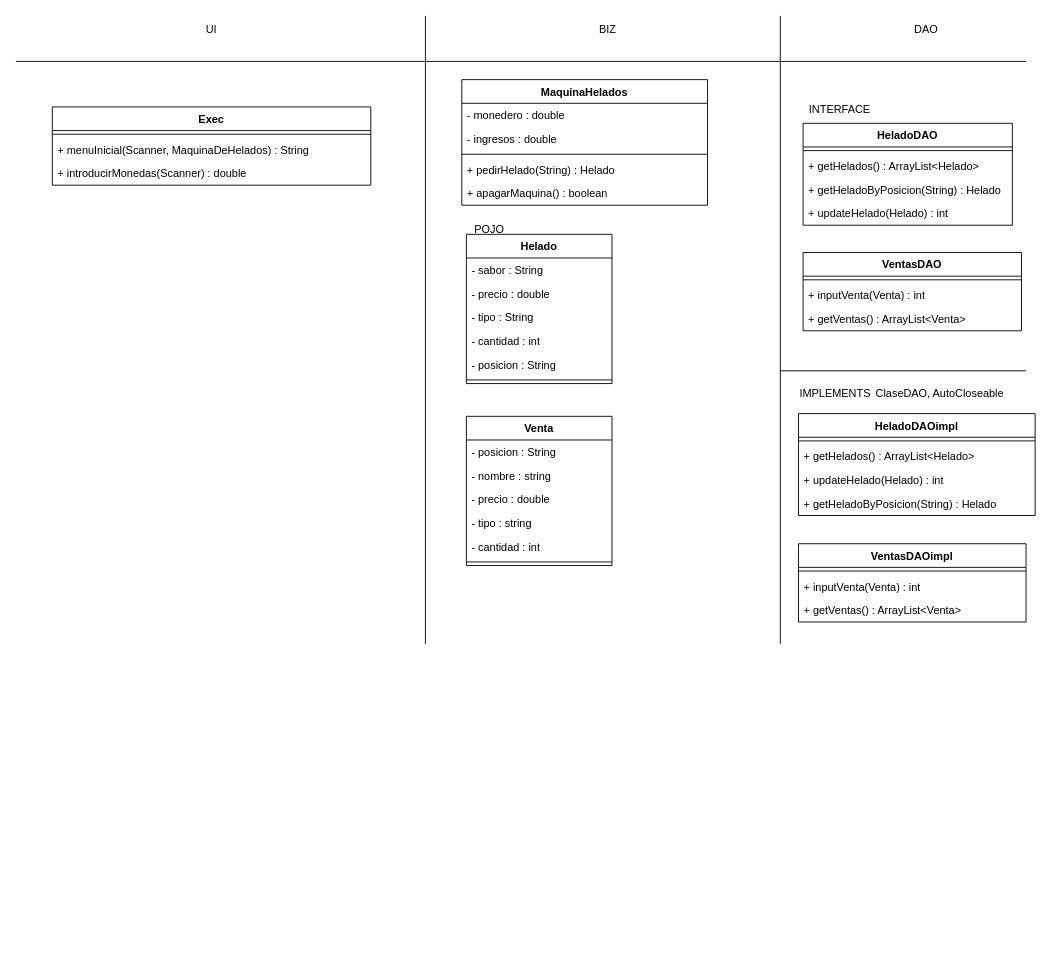
This is MaquinaDeHeladoV6.drawio from gonzaga24/MaquinaHelados, a draw.io file, before an edit. Source tidied: cells renumbered, new cells numbered last; positions are measured from the earlier drawing's top-left corner, leaving out a move shared by most shapes. Both pictures are drawn from the tidied source at 91%, with x=0, y=0 at pixel (15, 15).
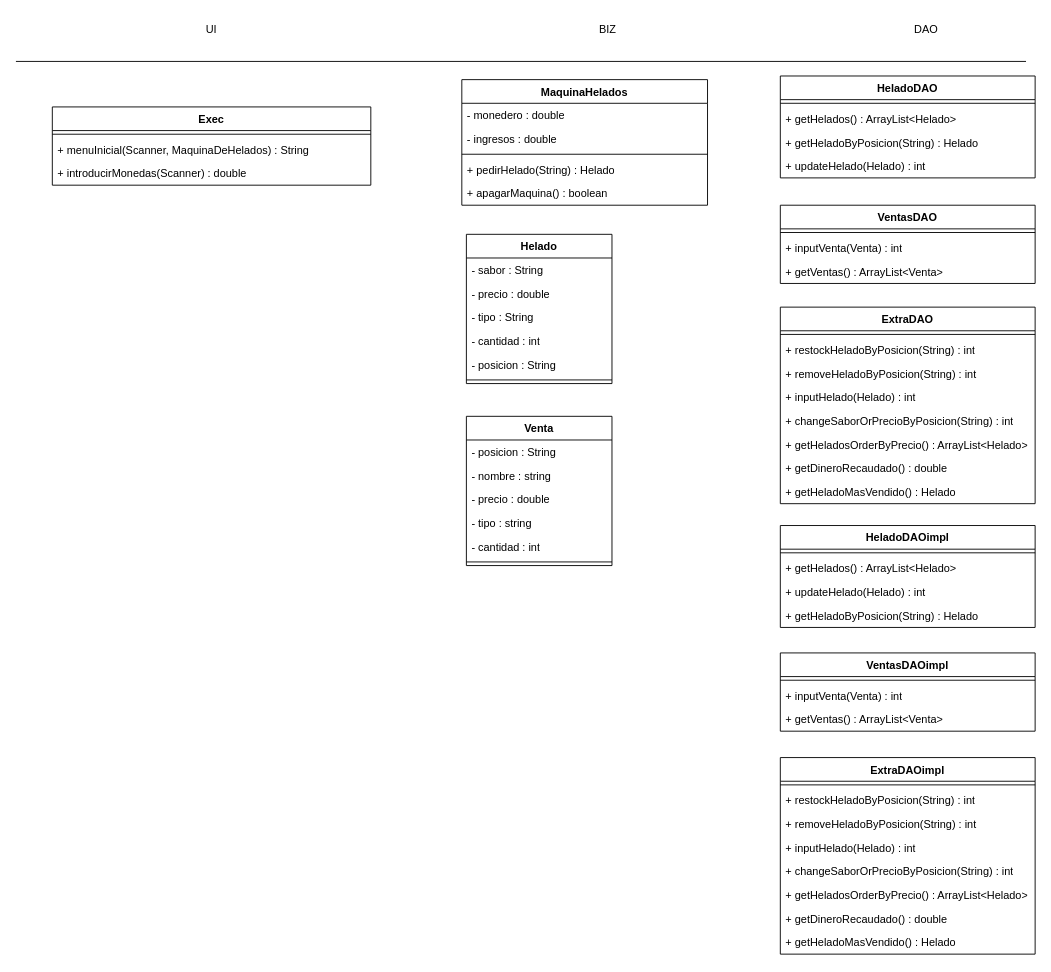
The same diagram, later.

Commit message (it also covers changes not shown here):
Actualizado el esquema UML, añadido ExtraDAO, ExtraDAOimpl y modificado las clases: VentaDAO, VentaDAOimpl, HeladoDAO y HeladoDAOimpl

Change to the diagram source:
```diff
@@
-    <mxCell id="22" value="POJO" style="text;html=1;align=center;verticalAlign=middle;strokeColor=none;fillColor=none;" parent="1" vertex="1">
-      <mxGeometry x="490" y="220" width="60" height="30" as="geometry" />
-    </mxCell>
-    <mxCell id="23" value="INTERFACE" style="text;html=1;align=center;verticalAlign=middle;strokeColor=none;fillColor=none;" parent="1" vertex="1">
-      <mxGeometry x="860" y="88" width="90" height="30" as="geometry" />
-    </mxCell>
-    <mxCell id="24" value="IMPLEMENTS" style="text;html=1;align=center;verticalAlign=middle;strokeColor=none;fillColor=none;" parent="1" vertex="1">
-      <mxGeometry x="850" y="400" width="100" height="30" as="geometry" />
-    </mxCell>
     <mxCell id="25" value="HeladoDAO" style="swimlane;fontStyle=1;align=center;verticalAlign=top;horizontal=1;startSize=26;whiteSpace=wrap;html=1;" parent="1" vertex="1">
-      <mxGeometry x="865" y="118" width="230" height="112" as="geometry" />
+      <mxGeometry x="840" y="66" width="280" height="112" as="geometry" />
     </mxCell>
     <mxCell id="26" style="line;strokeWidth=1;fillColor=none;align=left;verticalAlign=middle;spacingTop=-1;spacingLeft=3;spacingRight=3;labelPosition=right;strokeColor=inherit;" parent="25" vertex="1">
-      <mxGeometry y="26" width="230" height="8" as="geometry" />
+      <mxGeometry y="26" width="280" height="8" as="geometry" />
     </mxCell>
     <mxCell id="27" value="+ getHelados() : ArrayList&amp;lt;Helado&amp;gt;" style="text;strokeColor=none;fillColor=none;align=left;verticalAlign=top;spacingLeft=4;spacingRight=4;overflow=hidden;whiteSpace=wrap;html=1;" parent="25" vertex="1">
-      <mxGeometry y="34" width="230" height="26" as="geometry" />
+      <mxGeometry y="34" width="280" height="26" as="geometry" />
     </mxCell>
     <mxCell id="28" value="+ getHeladoByPosicion(String) : Helado" style="text;strokeColor=none;fillColor=none;align=left;verticalAlign=top;spacingLeft=4;spacingRight=4;overflow=hidden;whiteSpace=wrap;html=1;" parent="25" vertex="1">
-      <mxGeometry y="60" width="230" height="26" as="geometry" />
+      <mxGeometry y="60" width="280" height="26" as="geometry" />
     </mxCell>
     <mxCell id="29" value="+ updateHelado(Helado) : int" style="text;strokeColor=none;fillColor=none;align=left;verticalAlign=top;spacingLeft=4;spacingRight=4;overflow=hidden;whiteSpace=wrap;html=1;" parent="25" vertex="1">
-      <mxGeometry y="86" width="230" height="26" as="geometry" />
+      <mxGeometry y="86" width="280" height="26" as="geometry" />
     </mxCell>
     <mxCell id="30" value="HeladoDAOimpl" style="swimlane;fontStyle=1;align=center;verticalAlign=top;horizontal=1;startSize=26;whiteSpace=wrap;html=1;" parent="1" vertex="1">
-      <mxGeometry x="860" y="437" width="260" height="112" as="geometry" />
+      <mxGeometry x="840" y="560" width="280" height="112" as="geometry" />
     </mxCell>
     <mxCell id="31" style="line;strokeWidth=1;fillColor=none;align=left;verticalAlign=middle;spacingTop=-1;spacingLeft=3;spacingRight=3;labelPosition=right;strokeColor=inherit;" parent="30" vertex="1">
-      <mxGeometry y="26" width="260" height="8" as="geometry" />
+      <mxGeometry y="26" width="280" height="8" as="geometry" />
     </mxCell>
     <mxCell id="32" value="+ getHelados() : ArrayList&amp;lt;Helado&amp;gt;" style="text;strokeColor=none;fillColor=none;align=left;verticalAlign=top;spacingLeft=4;spacingRight=4;overflow=hidden;whiteSpace=wrap;html=1;" parent="30" vertex="1">
-      <mxGeometry y="34" width="260" height="26" as="geometry" />
+      <mxGeometry y="34" width="280" height="26" as="geometry" />
     </mxCell>
     <mxCell id="33" value="+ updateHelado(Helado) : int" style="text;strokeColor=none;fillColor=none;align=left;verticalAlign=top;spacingLeft=4;spacingRight=4;overflow=hidden;whiteSpace=wrap;html=1;" parent="30" vertex="1">
-      <mxGeometry y="60" width="260" height="26" as="geometry" />
+      <mxGeometry y="60" width="280" height="26" as="geometry" />
     </mxCell>
     <mxCell id="34" value="+ getHeladoByPosicion(String) : Helado" style="text;strokeColor=none;fillColor=none;align=left;verticalAlign=top;spacingLeft=4;spacingRight=4;overflow=hidden;whiteSpace=wrap;html=1;" parent="30" vertex="1">
-      <mxGeometry y="86" width="260" height="26" as="geometry" />
+      <mxGeometry y="86" width="280" height="26" as="geometry" />
     </mxCell>
     <mxCell id="35" value="VentasDAO" style="swimlane;fontStyle=1;align=center;verticalAlign=top;horizontal=1;startSize=26;whiteSpace=wrap;html=1;" parent="1" vertex="1">
-      <mxGeometry x="865" y="260" width="240" height="86" as="geometry" />
+      <mxGeometry x="840" y="208" width="280" height="86" as="geometry" />
     </mxCell>
     <mxCell id="36" style="line;strokeWidth=1;fillColor=none;align=left;verticalAlign=middle;spacingTop=-1;spacingLeft=3;spacingRight=3;labelPosition=right;strokeColor=inherit;" parent="35" vertex="1">
-      <mxGeometry y="26" width="240" height="8" as="geometry" />
+      <mxGeometry y="26" width="280" height="8" as="geometry" />
     </mxCell>
     <mxCell id="37" value="+ inputVenta(Venta) : int" style="text;strokeColor=none;fillColor=none;align=left;verticalAlign=top;spacingLeft=4;spacingRight=4;overflow=hidden;whiteSpace=wrap;html=1;" parent="35" vertex="1">
-      <mxGeometry y="34" width="240" height="26" as="geometry" />
+      <mxGeometry y="34" width="280" height="26" as="geometry" />
     </mxCell>
     <mxCell id="38" value="+ getVentas() : ArrayList&amp;lt;Venta&amp;gt;" style="text;strokeColor=none;fillColor=none;align=left;verticalAlign=top;spacingLeft=4;spacingRight=4;overflow=hidden;whiteSpace=wrap;html=1;" parent="35" vertex="1">
-      <mxGeometry y="60" width="240" height="26" as="geometry" />
+      <mxGeometry y="60" width="280" height="26" as="geometry" />
     </mxCell>
     <mxCell id="39" value="VentasDAOimpl" style="swimlane;fontStyle=1;align=center;verticalAlign=top;horizontal=1;startSize=26;whiteSpace=wrap;html=1;" parent="1" vertex="1">
-      <mxGeometry x="860" y="580" width="250" height="86" as="geometry" />
+      <mxGeometry x="840" y="700" width="280" height="86" as="geometry" />
     </mxCell>
     <mxCell id="40" style="line;strokeWidth=1;fillColor=none;align=left;verticalAlign=middle;spacingTop=-1;spacingLeft=3;spacingRight=3;labelPosition=right;strokeColor=inherit;" parent="39" vertex="1">
-      <mxGeometry y="26" width="250" height="8" as="geometry" />
+      <mxGeometry y="26" width="280" height="8" as="geometry" />
     </mxCell>
     <mxCell id="41" value="+ inputVenta(Venta) : int" style="text;strokeColor=none;fillColor=none;align=left;verticalAlign=top;spacingLeft=4;spacingRight=4;overflow=hidden;whiteSpace=wrap;html=1;" parent="39" vertex="1">
-      <mxGeometry y="34" width="250" height="26" as="geometry" />
+      <mxGeometry y="34" width="280" height="26" as="geometry" />
     </mxCell>
     <mxCell id="42" value="+ getVentas() : ArrayList&amp;lt;Venta&amp;gt;" style="text;strokeColor=none;fillColor=none;align=left;verticalAlign=top;spacingLeft=4;spacingRight=4;overflow=hidden;whiteSpace=wrap;html=1;" parent="39" vertex="1">
-      <mxGeometry y="60" width="250" height="26" as="geometry" />
+      <mxGeometry y="60" width="280" height="26" as="geometry" />
     </mxCell>
@@
-    <mxCell id="50" style="endArrow=none;html=1;rounded=0;" parent="1" edge="1">
-      <mxGeometry relative="1" as="geometry">
-        <mxPoint x="840" y="690" as="sourcePoint" />
-        <mxPoint x="840" as="targetPoint" />
-      </mxGeometry>
-    </mxCell>
-    <mxCell id="51" style="endArrow=none;html=1;rounded=0;" parent="1" edge="1">
-      <mxGeometry relative="1" as="geometry">
-        <mxPoint x="450" y="690" as="sourcePoint" />
-        <mxPoint x="450" as="targetPoint" />
-      </mxGeometry>
-    </mxCell>
@@
-    <mxCell id="53" value="ClaseDAO, AutoCloseable" style="text;html=1;align=center;verticalAlign=middle;strokeColor=none;fillColor=none;" parent="1" vertex="1">
-      <mxGeometry x="935" y="400" width="160" height="30" as="geometry" />
-    </mxCell>
-    <mxCell id="54" style="endArrow=none;html=1;rounded=0;" parent="1" edge="1">
-      <mxGeometry relative="1" as="geometry">
-        <mxPoint x="840" y="390" as="sourcePoint" />
-        <mxPoint x="1110" y="390" as="targetPoint" />
-      </mxGeometry>
-    </mxCell>
+    <mxCell id="55" value="ExtraDAO" style="swimlane;fontStyle=1;align=center;verticalAlign=top;horizontal=1;startSize=26;whiteSpace=wrap;html=1;" parent="1" vertex="1">
+      <mxGeometry x="840" y="320" width="280" height="216" as="geometry" />
+    </mxCell>
+    <mxCell id="56" style="line;strokeWidth=1;fillColor=none;align=left;verticalAlign=middle;spacingTop=-1;spacingLeft=3;spacingRight=3;labelPosition=right;strokeColor=inherit;" parent="55" vertex="1">
+      <mxGeometry y="26" width="280" height="8" as="geometry" />
+    </mxCell>
+    <mxCell id="57" value="&lt;div&gt;+ restockHeladoByPosicion(String) : int&lt;/div&gt;" style="text;strokeColor=none;fillColor=none;align=left;verticalAlign=top;spacingLeft=4;spacingRight=4;overflow=hidden;whiteSpace=wrap;html=1;" parent="55" vertex="1">
+      <mxGeometry y="34" width="280" height="26" as="geometry" />
+    </mxCell>
+    <mxCell id="58" value="+ removeHeladoByPosicion(String) : int" style="text;strokeColor=none;fillColor=none;align=left;verticalAlign=top;spacingLeft=4;spacingRight=4;overflow=hidden;whiteSpace=wrap;html=1;" parent="55" vertex="1">
+      <mxGeometry y="60" width="280" height="26" as="geometry" />
+    </mxCell>
+    <mxCell id="59" value="+ inputHelado(Helado) : int" style="text;strokeColor=none;fillColor=none;align=left;verticalAlign=top;spacingLeft=4;spacingRight=4;overflow=hidden;whiteSpace=wrap;html=1;" parent="55" vertex="1">
+      <mxGeometry y="86" width="280" height="26" as="geometry" />
+    </mxCell>
+    <mxCell id="60" value="+ changeSaborOrPrecioByPosicion(String) : int" style="text;strokeColor=none;fillColor=none;align=left;verticalAlign=top;spacingLeft=4;spacingRight=4;overflow=hidden;whiteSpace=wrap;html=1;" parent="55" vertex="1">
+      <mxGeometry y="112" width="280" height="26" as="geometry" />
+    </mxCell>
+    <mxCell id="61" value="+ getHeladosOrderByPrecio() : ArrayList&amp;lt;Helado&amp;gt;" style="text;strokeColor=none;fillColor=none;align=left;verticalAlign=top;spacingLeft=4;spacingRight=4;overflow=hidden;whiteSpace=wrap;html=1;" parent="55" vertex="1">
+      <mxGeometry y="138" width="280" height="26" as="geometry" />
+    </mxCell>
+    <mxCell id="62" value="+ getDineroRecaudado() : double" style="text;strokeColor=none;fillColor=none;align=left;verticalAlign=top;spacingLeft=4;spacingRight=4;overflow=hidden;whiteSpace=wrap;html=1;" parent="55" vertex="1">
+      <mxGeometry y="164" width="280" height="26" as="geometry" />
+    </mxCell>
+    <mxCell id="63" value="+ getHeladoMasVendido() : Helado" style="text;strokeColor=none;fillColor=none;align=left;verticalAlign=top;spacingLeft=4;spacingRight=4;overflow=hidden;whiteSpace=wrap;html=1;" parent="55" vertex="1">
+      <mxGeometry y="190" width="280" height="26" as="geometry" />
+    </mxCell>
+    <mxCell id="64" value="ExtraDAOimpl" style="swimlane;fontStyle=1;align=center;verticalAlign=top;horizontal=1;startSize=26;whiteSpace=wrap;html=1;" parent="1" vertex="1">
+      <mxGeometry x="840" y="815" width="280" height="216" as="geometry" />
+    </mxCell>
+    <mxCell id="65" style="line;strokeWidth=1;fillColor=none;align=left;verticalAlign=middle;spacingTop=-1;spacingLeft=3;spacingRight=3;labelPosition=right;strokeColor=inherit;" parent="64" vertex="1">
+      <mxGeometry y="26" width="280" height="8" as="geometry" />
+    </mxCell>
+    <mxCell id="66" value="&lt;div&gt;+ restockHeladoByPosicion(String) : int&lt;/div&gt;" style="text;strokeColor=none;fillColor=none;align=left;verticalAlign=top;spacingLeft=4;spacingRight=4;overflow=hidden;whiteSpace=wrap;html=1;" parent="64" vertex="1">
+      <mxGeometry y="34" width="280" height="26" as="geometry" />
+    </mxCell>
+    <mxCell id="67" value="+ removeHeladoByPosicion(String) : int" style="text;strokeColor=none;fillColor=none;align=left;verticalAlign=top;spacingLeft=4;spacingRight=4;overflow=hidden;whiteSpace=wrap;html=1;" parent="64" vertex="1">
+      <mxGeometry y="60" width="280" height="26" as="geometry" />
+    </mxCell>
+    <mxCell id="68" value="+ inputHelado(Helado) : int" style="text;strokeColor=none;fillColor=none;align=left;verticalAlign=top;spacingLeft=4;spacingRight=4;overflow=hidden;whiteSpace=wrap;html=1;" parent="64" vertex="1">
+      <mxGeometry y="86" width="280" height="26" as="geometry" />
+    </mxCell>
+    <mxCell id="69" value="+ changeSaborOrPrecioByPosicion(String) : int" style="text;strokeColor=none;fillColor=none;align=left;verticalAlign=top;spacingLeft=4;spacingRight=4;overflow=hidden;whiteSpace=wrap;html=1;" parent="64" vertex="1">
+      <mxGeometry y="112" width="280" height="26" as="geometry" />
+    </mxCell>
+    <mxCell id="70" value="+ getHeladosOrderByPrecio() : ArrayList&amp;lt;Helado&amp;gt;" style="text;strokeColor=none;fillColor=none;align=left;verticalAlign=top;spacingLeft=4;spacingRight=4;overflow=hidden;whiteSpace=wrap;html=1;" parent="64" vertex="1">
+      <mxGeometry y="138" width="280" height="26" as="geometry" />
+    </mxCell>
+    <mxCell id="71" value="+ getDineroRecaudado() : double" style="text;strokeColor=none;fillColor=none;align=left;verticalAlign=top;spacingLeft=4;spacingRight=4;overflow=hidden;whiteSpace=wrap;html=1;" parent="64" vertex="1">
+      <mxGeometry y="164" width="280" height="26" as="geometry" />
+    </mxCell>
+    <mxCell id="72" value="+ getHeladoMasVendido() : Helado" style="text;strokeColor=none;fillColor=none;align=left;verticalAlign=top;spacingLeft=4;spacingRight=4;overflow=hidden;whiteSpace=wrap;html=1;" parent="64" vertex="1">
+      <mxGeometry y="190" width="280" height="26" as="geometry" />
+    </mxCell>
```
